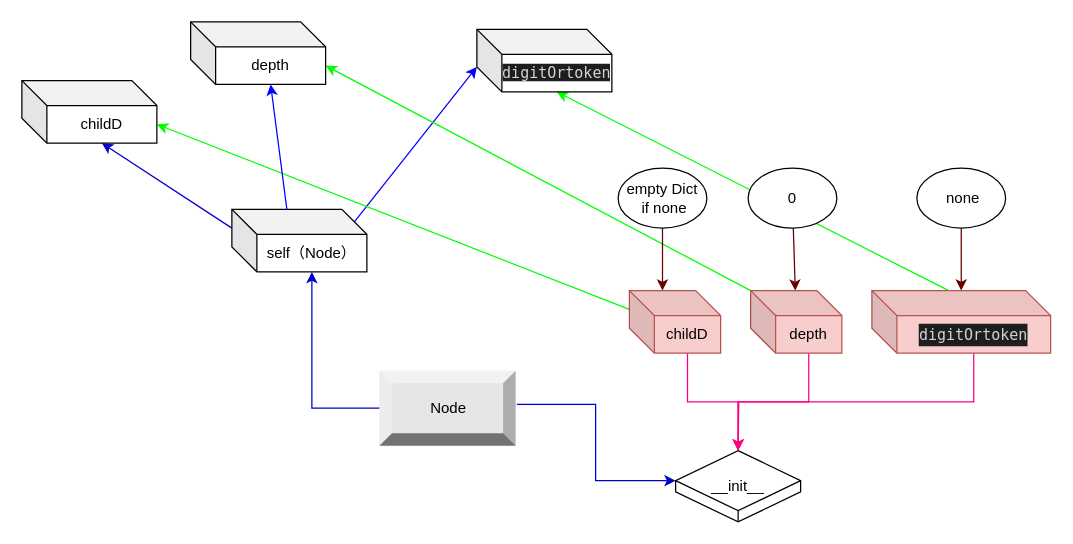
Above: NodeDependencies.drawio in ChengHongyun/MixedLogParser (draw.io), before the change. Source tidied: cells renumbered, new cells numbered last; positions are measured from the earlier drawing's top-left corner, leaving out a move shared by most shapes. Both pictures are drawn from the tidied source at 125%, with x=0, y=0 at pixel (21, 21).
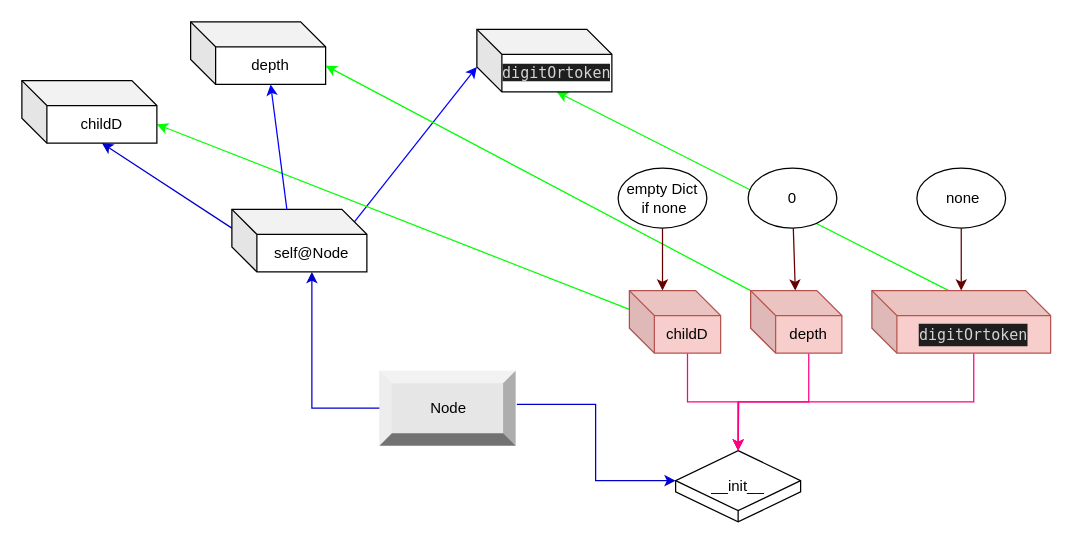
The same page after the edit.

The edit, as a diff of the source:
```diff
@@
-    <mxCell id="8" value="&lt;font color=&quot;#000000&quot;&gt;&lt;span style=&quot;caret-color: rgb(0, 0, 0);&quot;&gt;self（Node）&lt;/span&gt;&lt;/font&gt;" style="shape=cube;whiteSpace=wrap;html=1;boundedLbl=1;backgroundOutline=1;darkOpacity=0.05;darkOpacity2=0.1;" parent="1" vertex="1">
+    <mxCell id="8" value="&lt;font color=&quot;#000000&quot;&gt;&lt;span style=&quot;caret-color: rgb(0, 0, 0);&quot;&gt;self@Node&lt;/span&gt;&lt;/font&gt;" style="shape=cube;whiteSpace=wrap;html=1;boundedLbl=1;backgroundOutline=1;darkOpacity=0.05;darkOpacity2=0.1;" parent="1" vertex="1">
       <mxGeometry x="168" y="150" width="108" height="50" as="geometry" />
     </mxCell>
```
